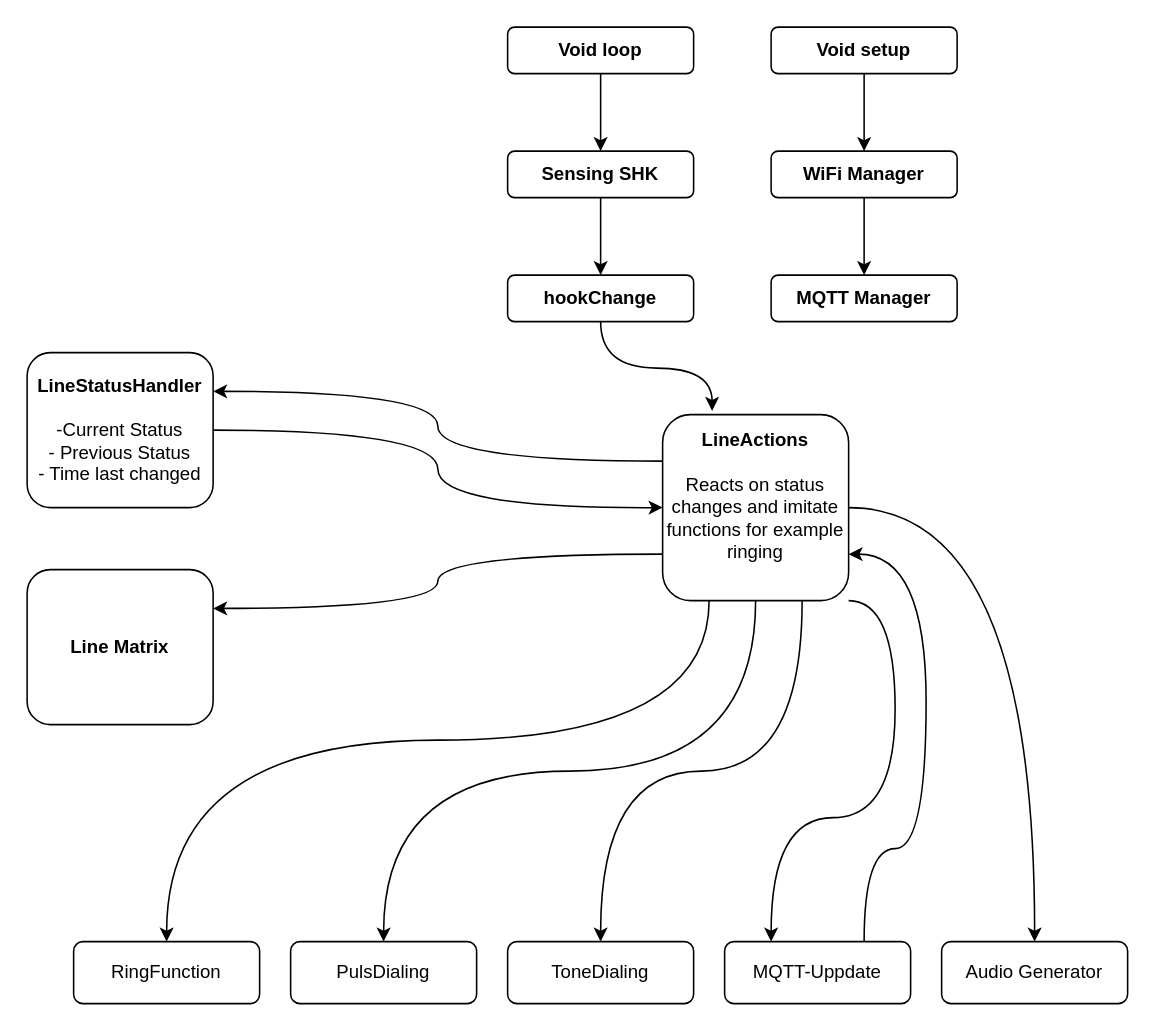
ondfrukt/ProofOfConcept keeps this draw.io diagram as docs/FunctionFlow.drawio. Above is the earlier version. Source tidied: cells renumbered, new cells numbered last; positions are measured from the earlier drawing's top-left corner, leaving out a move shared by most shapes. Both pictures are drawn from the tidied source at 155%, with x=0, y=0 at pixel (26, 26).
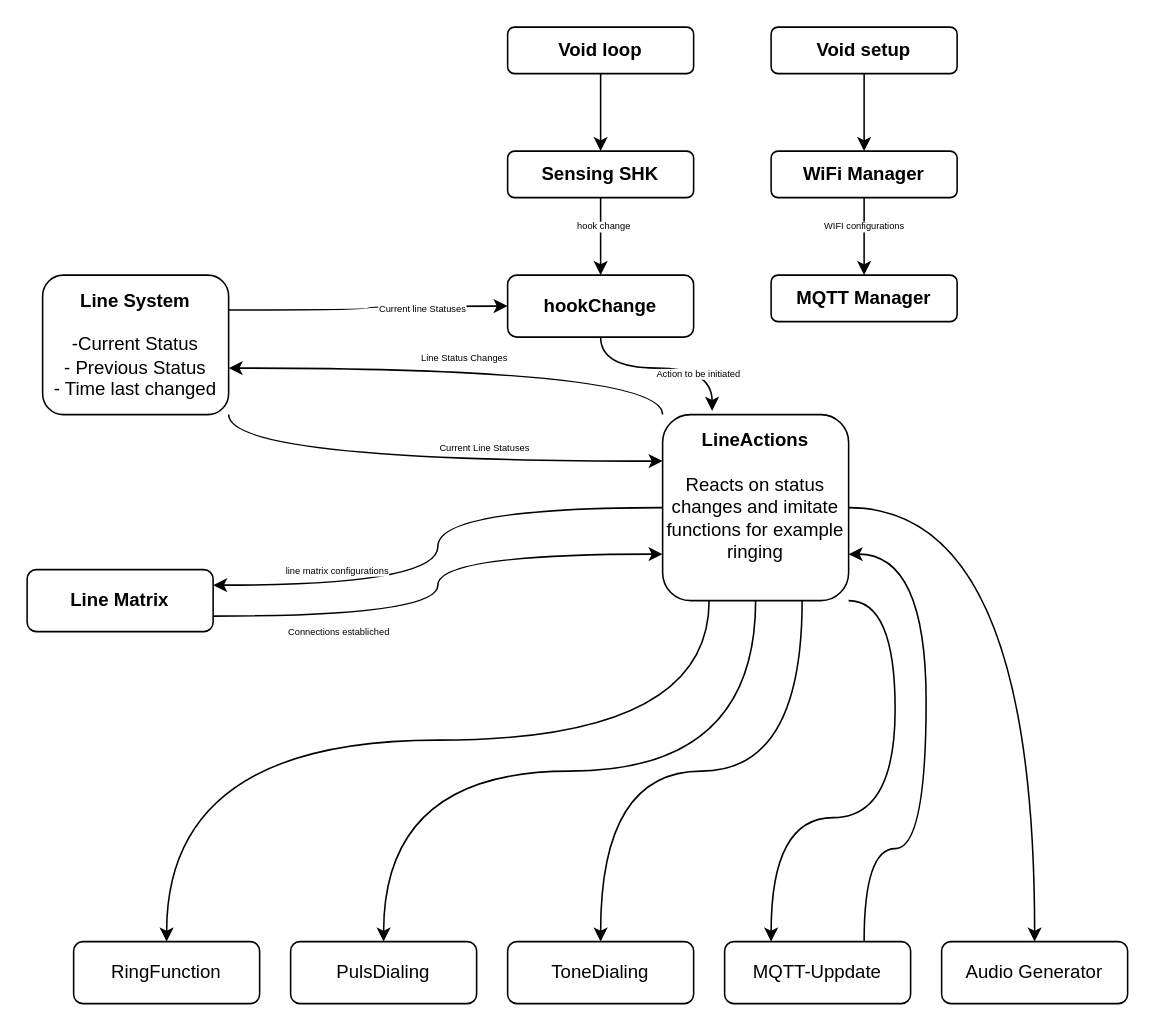
Above is the later version.

Unchanged cells that the change refers to:
```xml
<mxCell id="5" style="edgeStyle=orthogonalEdgeStyle;rounded=0;jettySize=auto;html=1;exitX=0.5;exitY=1;exitDx=0;exitDy=0;curved=1;" parent="1" edge="1" source="6" target="7">
  <mxGeometry relative="1" as="geometry" />
</mxCell>
<mxCell id="8" style="edgeStyle=orthogonalEdgeStyle;curved=1;html=1;exitX=0.5;exitY=1;exitDx=0;exitDy=0;entryX=0.5;entryY=0;entryDx=0;entryDy=0;" parent="1" edge="1" source="9" target="27">
  <mxGeometry relative="1" as="geometry" />
</mxCell>
<mxCell id="19" value="&lt;b&gt;LineActions&lt;/b&gt;&lt;div&gt;&lt;br&gt;&lt;/div&gt;&lt;div&gt;Reacts on status changes and imitate functions for example ringing&lt;/div&gt;&lt;div&gt;&lt;br&gt;&lt;/div&gt;" style="rounded=1;whiteSpace=wrap;html=1;" parent="1" vertex="1">
  <mxGeometry x="410" y="250" width="120" height="120" as="geometry" />
</mxCell>
<mxCell id="26" style="edgeStyle=orthogonalEdgeStyle;html=1;exitX=0.5;exitY=1;exitDx=0;exitDy=0;entryX=0.266;entryY=-0.02;entryDx=0;entryDy=0;entryPerimeter=0;curved=1;" parent="1" edge="1" source="27" target="19">
  <mxGeometry relative="1" as="geometry">
    <Array as="points">
      <mxPoint x="370" y="220" />
      <mxPoint x="442" y="220" />
    </Array>
  </mxGeometry>
</mxCell>
```

Change to the diagram source:
```diff
@@
+    <mxCell id="30" value="WIFI configurations" style="edgeLabel;html=1;align=center;verticalAlign=middle;fontSize=6;" parent="5" vertex="1">
+      <mxGeometry x="-0.3" y="-1" relative="1" as="geometry" />
+    </mxCell>
@@
+    <mxCell id="31" value="hook change" style="edgeLabel;html=1;align=center;verticalAlign=middle;fontSize=6;" parent="8" vertex="1">
+      <mxGeometry x="-0.29" y="1" relative="1" as="geometry" />
+    </mxCell>
@@
-    <mxCell id="10" style="edgeStyle=orthogonalEdgeStyle;rounded=0;jettySize=auto;html=1;exitX=1;exitY=0.5;exitDx=0;exitDy=0;curved=1;" parent="1" edge="1" source="12">
-      <mxGeometry relative="1" as="geometry">
-        <mxPoint x="410" y="310" as="targetPoint" />
-      </mxGeometry>
+    <mxCell id="10" style="edgeStyle=orthogonalEdgeStyle;rounded=0;jettySize=auto;html=1;exitX=1;exitY=1;exitDx=0;exitDy=0;curved=1;entryX=0;entryY=0.25;entryDx=0;entryDy=0;" parent="1" edge="1" source="12" target="19">
+      <mxGeometry relative="1" as="geometry" />
     </mxCell>
+    <mxCell id="32" value="Current Line Statuses" style="edgeLabel;html=1;align=center;verticalAlign=middle;fontSize=6;" parent="10" vertex="1">
+      <mxGeometry x="0.25" y="9" relative="1" as="geometry" />
+    </mxCell>
@@
+    <mxCell id="33" style="edgeStyle=orthogonalEdgeStyle;curved=1;html=1;exitX=1;exitY=0.25;exitDx=0;exitDy=0;entryX=0;entryY=0.5;entryDx=0;entryDy=0;fontSize=6;" parent="1" edge="1" source="12" target="27">
+      <mxGeometry relative="1" as="geometry" />
+    </mxCell>
+    <mxCell id="34" value="Current line Statuses" style="edgeLabel;html=1;align=center;verticalAlign=middle;fontSize=6;" parent="33" vertex="1">
+      <mxGeometry x="0.39" y="-1" relative="1" as="geometry" />
+    </mxCell>
-    <mxCell id="12" value="&lt;b&gt;LineStatusHandler&lt;/b&gt;&lt;div&gt;&lt;br&gt;&lt;/div&gt;&lt;div&gt;-Current Status&lt;/div&gt;&lt;div&gt;- Previous Status&lt;/div&gt;&lt;div&gt;- Time last changed&lt;/div&gt;" style="rounded=1;whiteSpace=wrap;html=1;" parent="1" vertex="1">
-      <mxGeometry y="210" width="120" height="100" as="geometry" />
+    <mxCell id="12" value="&lt;b&gt;Line System&lt;/b&gt;&lt;div&gt;&lt;br&gt;&lt;/div&gt;&lt;div&gt;-Current Status&lt;/div&gt;&lt;div&gt;- Previous Status&lt;/div&gt;&lt;div&gt;- Time last changed&lt;/div&gt;" style="rounded=1;whiteSpace=wrap;html=1;" parent="1" vertex="1">
+      <mxGeometry x="10" y="160" width="120" height="90" as="geometry" />
     </mxCell>
-    <mxCell id="13" style="edgeStyle=orthogonalEdgeStyle;rounded=0;jettySize=auto;html=1;exitX=0;exitY=0.25;exitDx=0;exitDy=0;entryX=1;entryY=0.25;entryDx=0;entryDy=0;curved=1;" parent="1" edge="1" source="19" target="12">
-      <mxGeometry relative="1" as="geometry" />
+    <mxCell id="13" style="edgeStyle=orthogonalEdgeStyle;rounded=0;jettySize=auto;html=1;exitX=0;exitY=0;exitDx=0;exitDy=0;curved=1;" parent="1" edge="1" source="19" target="12">
+      <mxGeometry relative="1" as="geometry">
+        <Array as="points">
+          <mxPoint x="410" y="220" />
+        </Array>
+      </mxGeometry>
     </mxCell>
+    <mxCell id="35" value="Line Status Changes" style="edgeLabel;html=1;align=center;verticalAlign=middle;fontSize=6;" parent="13" vertex="1">
+      <mxGeometry x="-0.41" y="-7" relative="1" as="geometry">
+        <mxPoint x="-68" as="offset" />
+      </mxGeometry>
+    </mxCell>
@@
-    <mxCell id="18" style="edgeStyle=orthogonalEdgeStyle;curved=1;html=1;exitX=0;exitY=0.75;exitDx=0;exitDy=0;entryX=1;entryY=0.25;entryDx=0;entryDy=0;" parent="1" edge="1" source="19" target="28">
+    <mxCell id="18" style="edgeStyle=orthogonalEdgeStyle;curved=1;html=1;exitX=0;exitY=0.5;exitDx=0;exitDy=0;entryX=1;entryY=0.25;entryDx=0;entryDy=0;" parent="1" edge="1" source="19" target="28">
       <mxGeometry relative="1" as="geometry" />
     </mxCell>
+    <mxCell id="36" value="line matrix configurations" style="edgeLabel;html=1;align=center;verticalAlign=middle;fontSize=6;" parent="18" vertex="1">
+      <mxGeometry x="-0.25" y="7" relative="1" as="geometry">
+        <mxPoint x="-83" y="33" as="offset" />
+      </mxGeometry>
+    </mxCell>
@@
+    <mxCell id="37" value="Action to be initiated" style="edgeLabel;html=1;align=center;verticalAlign=middle;fontSize=6;" parent="26" vertex="1">
+      <mxGeometry x="0.37" y="-3" relative="1" as="geometry" />
+    </mxCell>
-    <mxCell id="27" value="&lt;b&gt;hookChange&lt;/b&gt;" style="rounded=1;whiteSpace=wrap;html=1;" parent="1" vertex="1">
-      <mxGeometry x="310" y="160" width="120" height="30" as="geometry" />
+    <mxCell id="27" value="&lt;b&gt;hookChange&lt;br&gt;&lt;/b&gt;" style="rounded=1;whiteSpace=wrap;html=1;" parent="1" vertex="1">
+      <mxGeometry x="310" y="160" width="120" height="40" as="geometry" />
     </mxCell>
+    <mxCell id="38" style="edgeStyle=orthogonalEdgeStyle;curved=1;html=1;exitX=1;exitY=0.75;exitDx=0;exitDy=0;entryX=0;entryY=0.75;entryDx=0;entryDy=0;fontSize=6;" parent="1" edge="1" source="28" target="19">
+      <mxGeometry relative="1" as="geometry" />
+    </mxCell>
+    <mxCell id="39" value="Connections establiched" style="edgeLabel;html=1;align=center;verticalAlign=middle;fontSize=6;" parent="38" vertex="1">
+      <mxGeometry x="-0.03" y="9" relative="1" as="geometry">
+        <mxPoint x="-56" y="25" as="offset" />
+      </mxGeometry>
+    </mxCell>
     <mxCell id="28" value="&lt;b&gt;Line Matrix&lt;/b&gt;" style="rounded=1;whiteSpace=wrap;html=1;" parent="1" vertex="1">
-      <mxGeometry y="350" width="120" height="100" as="geometry" />
+      <mxGeometry y="350" width="120" height="40" as="geometry" />
     </mxCell>
```
